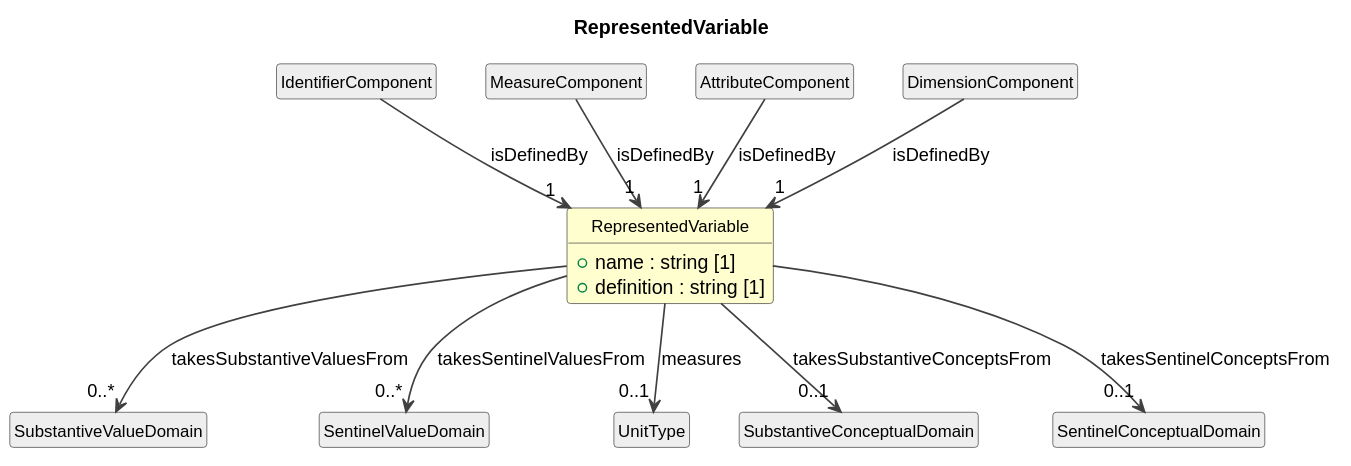
Before: cdif-uml-model/_plantuml/cdifDataStructure/Classes/RepresentedVariable.svg, a diagram exported from PlantUML (Cross-Domain-Interoperability-Framework/metadataBuildingBlocks). The source it was exported from:
```plantuml
@startuml
title RepresentedVariable
hide circle
hide empty members
skinparam shadowing false
skinparam ArrowThickness 1.2
skinparam class {
  ArrowColor #404040
  BorderColor #404040
  FontSize 12
}

class "RepresentedVariable" as RepresentedVariable #FEFECE {
  +name : string [1]
  +definition : string [1]
}
class "IdentifierComponent" as IdentifierComponent #EEEEEE
IdentifierComponent --> "1" RepresentedVariable : isDefinedBy
class "MeasureComponent" as MeasureComponent #EEEEEE
MeasureComponent --> "1" RepresentedVariable : isDefinedBy
class "AttributeComponent" as AttributeComponent #EEEEEE
AttributeComponent --> "1" RepresentedVariable : isDefinedBy
class "DimensionComponent" as DimensionComponent #EEEEEE
DimensionComponent --> "1" RepresentedVariable : isDefinedBy
class "SubstantiveValueDomain" as SubstantiveValueDomain #EEEEEE
RepresentedVariable --> "0..*" SubstantiveValueDomain : takesSubstantiveValuesFrom
class "SentinelValueDomain" as SentinelValueDomain #EEEEEE
RepresentedVariable --> "0..*" SentinelValueDomain : takesSentinelValuesFrom
class "UnitType" as UnitType #EEEEEE
RepresentedVariable --> "0..1" UnitType : measures
class "SubstantiveConceptualDomain" as SubstantiveConceptualDomain #EEEEEE
RepresentedVariable --> "0..1" SubstantiveConceptualDomain : takesSubstantiveConceptsFrom
class "SentinelConceptualDomain" as SentinelConceptualDomain #EEEEEE
RepresentedVariable --> "0..1" SentinelConceptualDomain : takesSentinelConceptsFrom
@enduml
```
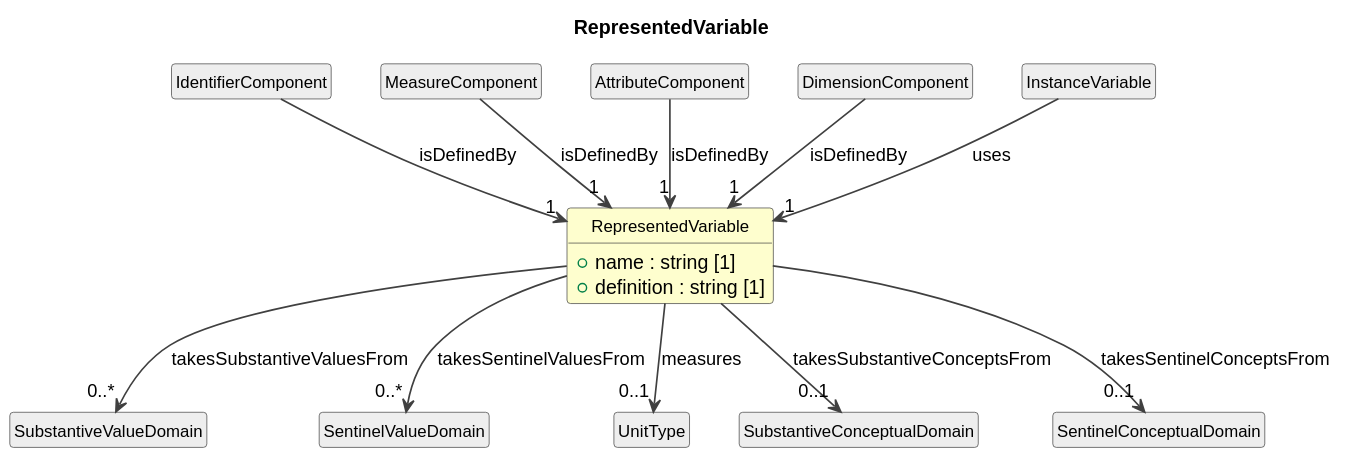
Later version of the same file.

Diff of the diagram source:
```diff
@@ -32,4 +32,6 @@
 RepresentedVariable --> "0..1" SubstantiveConceptualDomain : takesSubstantiveConceptsFrom
 class "SentinelConceptualDomain" as SentinelConceptualDomain #EEEEEE
 RepresentedVariable --> "0..1" SentinelConceptualDomain : takesSentinelConceptsFrom
+class "InstanceVariable" as InstanceVariable #EEEEEE
+InstanceVariable --> "1" RepresentedVariable : uses
 @enduml
```
